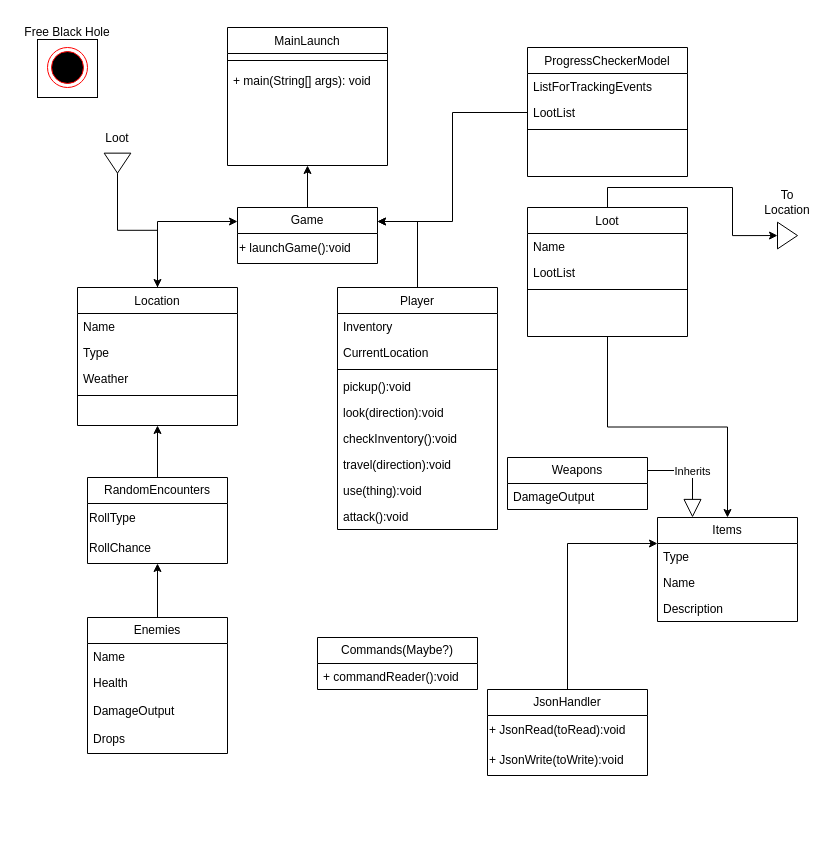
Before: UMLClassDiagramPTAO.drawio in Arhan-Baltes11/PTAO-ProjectTextAdventureOop, a draw.io diagram. Source tidied: cells renumbered, new cells numbered last; positions are measured from the earlier drawing's top-left corner, leaving out a move shared by most shapes. Both pictures are drawn from the tidied source at 100%, with x=0, y=0 at pixel (17, 17).
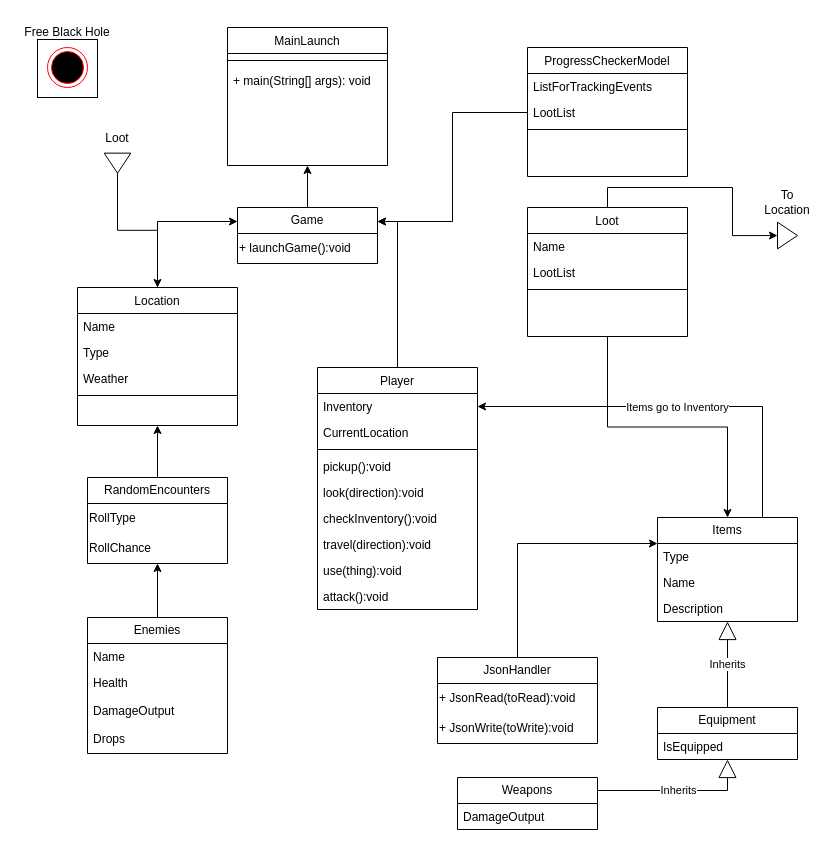
The same page after the edit.

Commit message (it also covers changes not shown here):
Added A Version Number, a way to check inventory, and to identify if equipment are equipped in the inventory.

Unchanged cells that the change refers to:
```xml
<mxCell id="13" value="Inventory" style="text;align=left;verticalAlign=top;spacingLeft=4;spacingRight=4;overflow=hidden;points=[[0,0.5],[1,0.5]];portConstraint=eastwest;" parent="12" vertex="1">
  <mxGeometry y="26" width="160" height="26" as="geometry" />
</mxCell>
<mxCell id="28" value="Items" style="swimlane;fontStyle=0;horizontal=1;startSize=26;fillColor=none;whiteSpace=wrap;html=1;" parent="1" vertex="1">
  <mxGeometry x="640" y="500" width="140" height="104" as="geometry" />
</mxCell>
```

Change to the diagram source:
```diff
@@
     <mxCell id="12" value="Player" style="swimlane;fontStyle=0;align=center;verticalAlign=top;horizontal=1;startSize=26;rounded=0;shadow=0;strokeWidth=1;" parent="1" vertex="1">
-      <mxGeometry x="320" y="270" width="160" height="242" as="geometry" />
+      <mxGeometry x="300" y="350" width="160" height="242" as="geometry" />
     </mxCell>
@@
+    <mxCell id="67" style="edgeStyle=orthogonalEdgeStyle;rounded=0;jettySize=auto;html=1;exitX=0.75;exitY=0;exitDx=0;exitDy=0;" parent="1" edge="1" source="28" target="13">
+      <mxGeometry relative="1" as="geometry" />
+    </mxCell>
+    <mxCell id="68" value="Items go to Inventory" style="edgeLabel;html=1;align=center;verticalAlign=middle;" parent="67" vertex="1">
+      <mxGeometry x="0.02" relative="1" as="geometry">
+        <mxPoint x="5" as="offset" />
+      </mxGeometry>
+    </mxCell>
@@
     <mxCell id="32" value="Weapons" style="swimlane;fontStyle=0;horizontal=1;startSize=26;fillColor=none;whiteSpace=wrap;html=1;" parent="1" vertex="1">
-      <mxGeometry x="490" y="440" width="140" height="52" as="geometry" />
+      <mxGeometry x="440" y="760" width="140" height="52" as="geometry" />
     </mxCell>
@@
-    <mxCell id="34" value="Commands(Maybe?)" style="swimlane;fontStyle=0;horizontal=1;startSize=26;fillColor=none;whiteSpace=wrap;html=1;" parent="1" vertex="1">
-      <mxGeometry x="300" y="620" width="160" height="52" as="geometry" />
-    </mxCell>
-    <mxCell id="35" value="+ commandReader():void" style="text;align=left;verticalAlign=top;spacingLeft=4;spacingRight=4;overflow=hidden;" parent="34" vertex="1">
-      <mxGeometry y="26" width="160" height="26" as="geometry" />
-    </mxCell>
@@
-    <mxCell id="56" value="Inherits" style="endArrow=block;endSize=16;endFill=0;html=1;rounded=0;exitX=1;exitY=0.25;exitDx=0;exitDy=0;entryX=0.25;entryY=0;entryDx=0;entryDy=0;edgeStyle=orthogonalEdgeStyle;" parent="1" edge="1" source="32" target="28">
-      <mxGeometry relative="1" as="geometry" />
-    </mxCell>
@@
     <mxCell id="64" value="JsonHandler" style="swimlane;fontStyle=0;horizontal=1;startSize=26;fillColor=none;whiteSpace=wrap;html=1;" parent="1" vertex="1">
-      <mxGeometry x="470" y="672" width="160" height="86" as="geometry" />
+      <mxGeometry x="420" y="640" width="160" height="86" as="geometry" />
     </mxCell>
@@
+    <mxCell id="69" value="Equipment" style="swimlane;fontStyle=0;horizontal=1;startSize=26;fillColor=none;whiteSpace=wrap;html=1;" parent="1" vertex="1">
+      <mxGeometry x="640" y="690" width="140" height="52" as="geometry" />
+    </mxCell>
+    <mxCell id="70" value="IsEquipped" style="text;align=left;verticalAlign=top;spacingLeft=4;spacingRight=4;overflow=hidden;points=[[0,0.5],[1,0.5]];portConstraint=eastwest;" parent="69" vertex="1">
+      <mxGeometry y="26" width="140" height="26" as="geometry" />
+    </mxCell>
+    <mxCell id="71" value="Inherits" style="endArrow=block;endSize=16;endFill=0;html=1;rounded=0;exitX=0.5;exitY=0;exitDx=0;exitDy=0;edgeStyle=orthogonalEdgeStyle;" parent="1" edge="1" source="69" target="28">
+      <mxGeometry relative="1" as="geometry" />
+    </mxCell>
+    <mxCell id="72" value="Inherits" style="endArrow=block;endSize=16;endFill=0;html=1;rounded=0;exitX=1;exitY=0.25;exitDx=0;exitDy=0;edgeStyle=orthogonalEdgeStyle;entryX=0.5;entryY=1;entryDx=0;entryDy=0;entryPerimeter=0;" parent="1" edge="1" source="32" target="70">
+      <mxGeometry relative="1" as="geometry" />
+    </mxCell>
```
